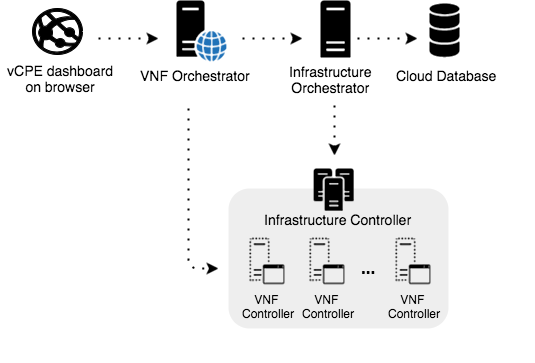
Before: figures/desc_vcpe_framework.png, a diagram exported from draw.io (vicky-sunshine/netsoft-paper). Source tidied: cells renumbered, new cells last; positions are measured from the earlier drawing's top-left corner, leaving out a move shared by most shapes.
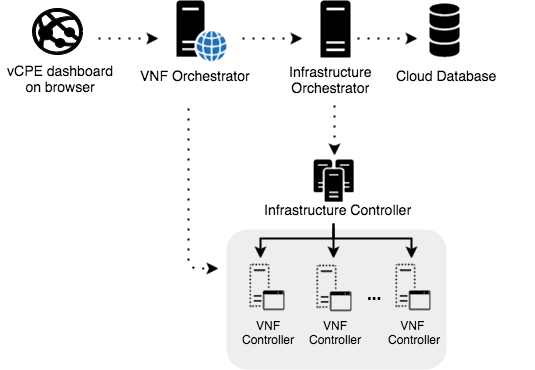
After the commit.

The edit, as a diff of the source:
```diff
@@ -1,26 +1,48 @@
-<mxGraphModel>
+<mxGraphModel background="#ffffff">
   <root>
     <mxCell id="0" />
     <mxCell id="1" parent="0" />
-    <mxCell id="2" style="rounded=1;whiteSpace=wrap;html=1;shadow=0;dashed=1;dashPattern=1 1;strokeColor=none;fillColor=#eeeeee;" parent="1" vertex="1">
-      <mxGeometry x="228" y="188" width="220" height="140" as="geometry" />
-    </mxCell>
+    <mxCell id="29" style="group;" parent="1" vertex="1">
+      <mxGeometry x="376" y="251" width="80" height="118" as="geometry" />
+    </mxCell>
-    <mxCell id="3" value="&lt;font style=&quot;font-size: 14px&quot;&gt;vCPE dashboard on browser&lt;/font&gt;" style="whiteSpace=wrap;html=1;shadow=0;dashed=1;dashPattern=1 1;strokeColor=none;fillColor=none;gradientColor=none;" parent="1" vertex="1">
-      <mxGeometry y="48" width="120" height="60" as="geometry" />
+    <mxCell id="3" style="rounded=1;whiteSpace=wrap;html=1;shadow=0;dashed=1;dashPattern=1 1;strokeColor=none;fillColor=#eeeeee;" parent="29" vertex="1">
+      <mxGeometry x="-150" y="-22" width="220" height="140" as="geometry" />
     </mxCell>
-    <mxCell id="4" style="shadow=0;dashed=0;html=1;strokeColor=none;fillColor=#000000;labelPosition=center;verticalLabelPosition=bottom;verticalAlign=top;shape=mxgraph.office.servers.web_server_blue;dashPattern=1 1;" parent="1" vertex="1">
-      <mxGeometry x="176" width="50" height="61" as="geometry" />
-    </mxCell>
-    <mxCell id="5" style="shadow=0;dashed=0;html=1;strokeColor=none;fillColor=#000000;labelPosition=center;verticalLabelPosition=bottom;verticalAlign=top;shape=mxgraph.office.servers.server_generic;dashPattern=1 1;" parent="1" vertex="1">
-      <mxGeometry x="320" width="30" height="57" as="geometry" />
-    </mxCell>
-    <mxCell id="6" style="shadow=0;dashed=0;html=1;strokeColor=#000000;fillColor=#000000;labelPosition=center;verticalLabelPosition=bottom;verticalAlign=top;shape=mxgraph.azure.azure_website;dashPattern=1 1;" parent="1" vertex="1">
-      <mxGeometry x="32" y="8" width="50" height="46" as="geometry" />
-    </mxCell>
-    <mxCell id="7" style="shadow=0;dashed=0;html=1;strokeColor=none;labelPosition=center;verticalLabelPosition=bottom;verticalAlign=top;shape=mxgraph.office.databases.database_mini_3;fillColor=#000000;dashPattern=1 1;" parent="1" vertex="1">
-      <mxGeometry x="429" y="3" width="30" height="54" as="geometry" />
-    </mxCell>
+    <mxCell id="30" style="shadow=0;dashed=0;html=1;strokeColor=none;labelPosition=center;verticalLabelPosition=bottom;verticalAlign=top;shape=mxgraph.office.servers.virtual_application_server;fillColor=#000000;dashPattern=1 1;gradientColor=none;" parent="29" vertex="1">
+      <mxGeometry x="18.9" y="12" width="34.9" height="46.5" as="geometry" />
+    </mxCell>
+    <mxCell id="31" value="&lt;div style=&quot;text-align: center&quot;&gt;&lt;font style=&quot;font-size: 12px&quot;&gt;&lt;font&gt;VNF&amp;nbsp;&lt;br&gt;&lt;/font&gt;Controller&lt;/font&gt;&lt;/div&gt;" style="text;html=1;align=left;verticalAlign=top;spacingTop=-4;strokeColor=none;" parent="29" vertex="1">
+      <mxGeometry x="10" y="64.5" width="70" height="30" as="geometry" />
+    </mxCell>
+    <mxCell id="28" value="&lt;font style=&quot;font-size: 17px&quot;&gt;&lt;b&gt;...&lt;/b&gt;&lt;/font&gt;" style="text;html=1;align=left;verticalAlign=top;spacingTop=-4;" parent="29" vertex="1">
+      <mxGeometry x="-11" y="30" width="30" height="20" as="geometry" />
+    </mxCell>
+    <mxCell id="18" style="edgeStyle=none;rounded=0;html=1;exitX=0.5;exitY=1;jettySize=auto;orthogonalLoop=1;strokeColor=#000000;strokeWidth=2;fontSize=15;" parent="29" edge="1">
+      <mxGeometry x="-43" y="-28" as="geometry">
+        <mxPoint x="-43" y="-28" as="sourcePoint" />
+        <mxPoint x="35" y="7" as="targetPoint" />
+        <Array as="points">
+          <mxPoint x="-43" y="-13" />
+          <mxPoint x="35" y="-13" />
+        </Array>
+      </mxGeometry>
+    </mxCell>
+    <mxCell id="32" value="&lt;font style=&quot;font-size: 14px&quot;&gt;vCPE dashboard on browser&lt;/font&gt;" style="whiteSpace=wrap;html=1;shadow=0;dashed=1;dashPattern=1 1;strokeColor=none;fillColor=none;gradientColor=none;" parent="1" vertex="1">
+      <mxGeometry y="48" width="120" height="60" as="geometry" />
+    </mxCell>
+    <mxCell id="33" style="shadow=0;dashed=0;html=1;strokeColor=none;fillColor=#000000;labelPosition=center;verticalLabelPosition=bottom;verticalAlign=top;shape=mxgraph.office.servers.web_server_blue;dashPattern=1 1;" parent="1" vertex="1">
+      <mxGeometry x="176" width="50" height="61" as="geometry" />
+    </mxCell>
+    <mxCell id="34" style="shadow=0;dashed=0;html=1;strokeColor=none;fillColor=#000000;labelPosition=center;verticalLabelPosition=bottom;verticalAlign=top;shape=mxgraph.office.servers.server_generic;dashPattern=1 1;" parent="1" vertex="1">
+      <mxGeometry x="320" width="30" height="57" as="geometry" />
+    </mxCell>
+    <mxCell id="35" style="shadow=0;dashed=0;html=1;strokeColor=#000000;fillColor=#000000;labelPosition=center;verticalLabelPosition=bottom;verticalAlign=top;shape=mxgraph.azure.azure_website;dashPattern=1 1;" parent="1" vertex="1">
+      <mxGeometry x="32" y="8" width="50" height="46" as="geometry" />
+    </mxCell>
+    <mxCell id="36" style="shadow=0;dashed=0;html=1;strokeColor=none;labelPosition=center;verticalLabelPosition=bottom;verticalAlign=top;shape=mxgraph.office.databases.database_mini_3;fillColor=#000000;dashPattern=1 1;" parent="1" vertex="1">
+      <mxGeometry x="429" y="3" width="30" height="54" as="geometry" />
+    </mxCell>
-    <mxCell id="8" value="&lt;div style=&quot;text-align: center&quot;&gt;&lt;span style=&quot;font-size: 14px&quot;&gt;VNF &lt;/span&gt;&lt;span style=&quot;font-size: 14px&quot;&gt;Orchestrator&lt;/span&gt;&lt;/div&gt;" style="text;html=1;align=left;verticalAlign=top;spacingTop=-4;strokeColor=none;" parent="1" vertex="1">
+    <mxCell id="8" value="&lt;div style=&quot;text-align: center&quot;&gt;&lt;span style=&quot;font-size: 14px&quot;&gt;VNF&amp;nbsp;&lt;/span&gt;&lt;span style=&quot;font-size: 14px&quot;&gt;Orchestrator&lt;/span&gt;&lt;/div&gt;" style="text;html=1;align=left;verticalAlign=top;spacingTop=-4;strokeColor=none;" parent="1" vertex="1">
       <mxGeometry x="138" y="65" width="130" height="10" as="geometry" />
     </mxCell>
     <mxCell id="9" value="&lt;div style=&quot;text-align: center&quot;&gt;&lt;font style=&quot;font-size: 14px&quot;&gt;Infrastructure&lt;br&gt;Orchestrator&lt;/font&gt;&lt;/div&gt;" style="text;html=1;align=left;verticalAlign=top;spacingTop=-4;strokeColor=none;" parent="1" vertex="1">
@@ -29,77 +51,81 @@
     <mxCell id="10" value="&lt;div style=&quot;text-align: center&quot;&gt;&lt;font style=&quot;font-size: 14px&quot;&gt;Cloud&amp;nbsp;&lt;/font&gt;&lt;span style=&quot;font-size: 14px&quot;&gt;Database&lt;/span&gt;&lt;/div&gt;" style="text;html=1;align=left;verticalAlign=top;spacingTop=-4;strokeColor=none;" parent="1" vertex="1">
       <mxGeometry x="394" y="65" width="120" height="10" as="geometry" />
     </mxCell>
-    <mxCell id="11" style="endArrow=classic;html=1;dashed=1;dashPattern=1 4;strokeWidth=2;strokeColor=#000000;" parent="1" edge="1">
-      <mxGeometry relative="1" as="geometry">
-        <mxPoint x="98" y="38" as="sourcePoint" />
-        <mxPoint x="158" y="38" as="targetPoint" />
-      </mxGeometry>
-    </mxCell>
-    <mxCell id="12" style="endArrow=classic;html=1;dashed=1;dashPattern=1 4;strokeWidth=2;strokeColor=#000000;" parent="1" edge="1">
-      <mxGeometry x="424" y="140" as="geometry">
-        <mxPoint x="242" y="38" as="sourcePoint" />
-        <mxPoint x="302" y="38" as="targetPoint" />
-      </mxGeometry>
-    </mxCell>
-    <mxCell id="13" style="endArrow=classic;html=1;dashed=1;dashPattern=1 4;strokeWidth=2;strokeColor=#000000;" parent="1" edge="1">
-      <mxGeometry x="539" y="140" as="geometry">
-        <mxPoint x="357" y="38" as="sourcePoint" />
-        <mxPoint x="417" y="38" as="targetPoint" />
-      </mxGeometry>
-    </mxCell>
-    <mxCell id="14" style="group;" parent="1" vertex="1">
-      <mxGeometry x="220" y="243" width="80" height="76.5" as="geometry" />
-    </mxCell>
+    <mxCell id="37" style="endArrow=classic;html=1;dashed=1;dashPattern=1 4;strokeWidth=2;strokeColor=#000000;" parent="1" edge="1">
+      <mxGeometry relative="1" as="geometry">
+        <mxPoint x="98" y="38" as="sourcePoint" />
+        <mxPoint x="158" y="38" as="targetPoint" />
+      </mxGeometry>
+    </mxCell>
+    <mxCell id="38" style="endArrow=classic;html=1;dashed=1;dashPattern=1 4;strokeWidth=2;strokeColor=#000000;" parent="1" edge="1">
+      <mxGeometry x="424" y="140" as="geometry">
+        <mxPoint x="242" y="38" as="sourcePoint" />
+        <mxPoint x="302" y="38" as="targetPoint" />
+      </mxGeometry>
+    </mxCell>
+    <mxCell id="39" style="endArrow=classic;html=1;dashed=1;dashPattern=1 4;strokeWidth=2;strokeColor=#000000;" parent="1" edge="1">
+      <mxGeometry x="539" y="140" as="geometry">
+        <mxPoint x="357" y="38" as="sourcePoint" />
+        <mxPoint x="417" y="38" as="targetPoint" />
+      </mxGeometry>
+    </mxCell>
+    <mxCell id="40" style="group;" parent="1" vertex="1">
+      <mxGeometry x="220" y="269" width="90" height="76.5" as="geometry" />
+    </mxCell>
-    <mxCell id="15" style="shadow=0;dashed=0;html=1;strokeColor=none;labelPosition=center;verticalLabelPosition=bottom;verticalAlign=top;shape=mxgraph.office.servers.virtual_application_server;fillColor=#000000;dashPattern=1 1;gradientColor=none;" parent="14" vertex="1">
+    <mxCell id="15" style="shadow=0;dashed=0;html=1;strokeColor=none;labelPosition=center;verticalLabelPosition=bottom;verticalAlign=top;shape=mxgraph.office.servers.virtual_application_server;fillColor=#000000;dashPattern=1 1;gradientColor=none;" parent="40" vertex="1">
       <mxGeometry x="28.9" y="-6" width="34.9" height="46.5" as="geometry" />
     </mxCell>
-    <mxCell id="16" value="&lt;div style=&quot;text-align: center&quot;&gt;&lt;font style=&quot;font-size: 12px&quot;&gt;&lt;font&gt;VNF&amp;nbsp;&lt;br&gt;&lt;/font&gt;Controller&lt;/font&gt;&lt;/div&gt;" style="text;html=1;align=left;verticalAlign=top;spacingTop=-4;strokeColor=none;" parent="14" vertex="1">
-      <mxGeometry x="20" y="46.5" width="70" height="30" as="geometry" />
-    </mxCell>
-    <mxCell id="17" style="group;strokeColor=none;" parent="1" vertex="1">
-      <mxGeometry x="280" y="168" width="130" height="50" as="geometry" />
-    </mxCell>
-    <mxCell id="18" style="shadow=0;dashed=0;html=1;strokeColor=none;fillColor=#000000;labelPosition=center;verticalLabelPosition=bottom;verticalAlign=top;shape=mxgraph.office.servers.cluster_server;dashPattern=1 1;" parent="17" vertex="1">
-      <mxGeometry x="33.3" width="39.8" height="42.1" as="geometry" />
-    </mxCell>
-    <mxCell id="19" style="endArrow=classic;html=1;dashed=1;dashPattern=1 4;strokeColor=#000000;strokeWidth=2;" parent="1" edge="1">
-      <mxGeometry relative="1" as="geometry">
-        <mxPoint x="334" y="105" as="sourcePoint" />
-        <mxPoint x="334" y="155" as="targetPoint" />
-      </mxGeometry>
-    </mxCell>
+    <mxCell id="41" value="&lt;div style=&quot;text-align: center&quot;&gt;&lt;font style=&quot;font-size: 12px&quot;&gt;&lt;font&gt;VNF&lt;br&gt;&lt;/font&gt;Controller&lt;/font&gt;&lt;/div&gt;" style="text;html=1;align=left;verticalAlign=top;spacingTop=-4;strokeColor=none;" parent="40" vertex="1">
+      <mxGeometry x="20" y="46.5" width="70" height="30" as="geometry" />
+    </mxCell>
+    <mxCell id="42" style="group;strokeColor=none;" parent="1" vertex="1">
+      <mxGeometry x="280" y="159" width="130" height="50" as="geometry" />
+    </mxCell>
+    <mxCell id="4" style="shadow=0;dashed=0;html=1;strokeColor=none;fillColor=#000000;labelPosition=center;verticalLabelPosition=bottom;verticalAlign=top;shape=mxgraph.office.servers.cluster_server;dashPattern=1 1;" parent="42" vertex="1">
+      <mxGeometry x="33.3" width="39.8" height="42.1" as="geometry" />
+    </mxCell>
+    <mxCell id="5" style="endArrow=classic;html=1;dashed=1;dashPattern=1 4;strokeColor=#000000;strokeWidth=2;" parent="1" edge="1">
+      <mxGeometry relative="1" as="geometry">
+        <mxPoint x="334" y="105" as="sourcePoint" />
+        <mxPoint x="334" y="155" as="targetPoint" />
+      </mxGeometry>
+    </mxCell>
     <mxCell id="20" value="&lt;div style=&quot;text-align: center&quot;&gt;&lt;font style=&quot;font-size: 14px&quot;&gt;Infrastructure Controller&lt;/font&gt;&lt;/div&gt;" style="text;html=1;align=left;verticalAlign=top;spacingTop=-4;strokeColor=none;" parent="1" vertex="1">
-      <mxGeometry x="262" y="209" width="160" height="10" as="geometry" />
+      <mxGeometry x="262" y="199" width="160" height="10" as="geometry" />
     </mxCell>
-    <mxCell id="21" style="endArrow=classic;html=1;dashed=1;dashPattern=1 4;strokeColor=#000000;strokeWidth=2;" parent="1" edge="1">
-      <mxGeometry relative="1" as="geometry">
-        <mxPoint x="188" y="108" as="sourcePoint" />
-        <mxPoint x="218" y="268" as="targetPoint" />
-        <Array as="points">
-          <mxPoint x="188" y="268" />
-        </Array>
-      </mxGeometry>
-    </mxCell>
-    <mxCell id="22" style="group;" parent="1" vertex="1">
-      <mxGeometry x="288" y="258" width="246" height="103" as="geometry" />
-    </mxCell>
-    <mxCell id="23" style="shadow=0;dashed=0;html=1;strokeColor=none;labelPosition=center;verticalLabelPosition=bottom;verticalAlign=top;shape=mxgraph.office.servers.virtual_application_server;fillColor=#000000;dashPattern=1 1;gradientColor=none;" parent="22" vertex="1">
-      <mxGeometry x="20.9" y="-21" width="34.9" height="46.5" as="geometry" />
-    </mxCell>
-    <mxCell id="24" value="&lt;div style=&quot;text-align: center&quot;&gt;&lt;font style=&quot;font-size: 12px&quot;&gt;&lt;font&gt;VNF&amp;nbsp;&lt;br&gt;&lt;/font&gt;Controller&lt;/font&gt;&lt;/div&gt;" style="text;html=1;align=left;verticalAlign=top;spacingTop=-4;strokeColor=none;" parent="22" vertex="1">
-      <mxGeometry x="12" y="31.5" width="70" height="30" as="geometry" />
-    </mxCell>
-    <mxCell id="25" style="group;" parent="1" vertex="1">
-      <mxGeometry x="376" y="243" width="80" height="76.5" as="geometry" />
-    </mxCell>
-    <mxCell id="26" style="shadow=0;dashed=0;html=1;strokeColor=none;labelPosition=center;verticalLabelPosition=bottom;verticalAlign=top;shape=mxgraph.office.servers.virtual_application_server;fillColor=#000000;dashPattern=1 1;gradientColor=none;" parent="25" vertex="1">
-      <mxGeometry x="18.9" y="-6" width="34.9" height="46.5" as="geometry" />
-    </mxCell>
-    <mxCell id="27" value="&lt;div style=&quot;text-align: center&quot;&gt;&lt;font style=&quot;font-size: 12px&quot;&gt;&lt;font&gt;VNF&amp;nbsp;&lt;br&gt;&lt;/font&gt;Controller&lt;/font&gt;&lt;/div&gt;" style="text;html=1;align=left;verticalAlign=top;spacingTop=-4;strokeColor=none;" parent="25" vertex="1">
-      <mxGeometry x="10" y="46.5" width="70" height="30" as="geometry" />
-    </mxCell>
-    <mxCell id="28" value="&lt;font style=&quot;font-size: 17px&quot;&gt;&lt;b&gt;...&lt;/b&gt;&lt;/font&gt;" style="text;html=1;align=left;verticalAlign=top;spacingTop=-4;" parent="25" vertex="1">
-      <mxGeometry x="-17" y="12" width="30" height="20" as="geometry" />
-    </mxCell>
+    <mxCell id="43" style="endArrow=classic;html=1;dashed=1;dashPattern=1 4;strokeColor=#000000;strokeWidth=2;" parent="1" edge="1">
+      <mxGeometry relative="1" as="geometry">
+        <mxPoint x="188" y="108" as="sourcePoint" />
+        <mxPoint x="218" y="268" as="targetPoint" />
+        <Array as="points">
+          <mxPoint x="188" y="268" />
+        </Array>
+      </mxGeometry>
+    </mxCell>
+    <mxCell id="6" style="group;" parent="1" vertex="1">
+      <mxGeometry x="288" y="266" width="246" height="103" as="geometry" />
+    </mxCell>
+    <mxCell id="44" style="shadow=0;dashed=0;html=1;strokeColor=none;labelPosition=center;verticalLabelPosition=bottom;verticalAlign=top;shape=mxgraph.office.servers.virtual_application_server;fillColor=#000000;dashPattern=1 1;gradientColor=none;" parent="6" vertex="1">
+      <mxGeometry x="27.9" y="-2" width="34.9" height="46.5" as="geometry" />
+    </mxCell>
+    <mxCell id="45" value="&lt;div style=&quot;text-align: center&quot;&gt;&lt;font style=&quot;font-size: 12px&quot;&gt;VNF&lt;/font&gt;&lt;/div&gt;&lt;div style=&quot;text-align: center&quot;&gt;&lt;font style=&quot;font-size: 12px&quot;&gt;Controller&lt;/font&gt;&lt;/div&gt;" style="text;html=1;align=left;verticalAlign=top;spacingTop=-4;strokeColor=none;" parent="6" vertex="1">
+      <mxGeometry x="19" y="49.5" width="70" height="30" as="geometry" />
+    </mxCell>
+    <mxCell id="46" style="edgeStyle=none;rounded=0;html=1;jettySize=auto;orthogonalLoop=1;strokeColor=#000000;strokeWidth=2;fontSize=15;" parent="1" edge="1">
+      <mxGeometry x="-43" y="-28" as="geometry">
+        <mxPoint x="333" y="223" as="sourcePoint" />
+        <mxPoint x="260" y="258" as="targetPoint" />
+        <Array as="points">
+          <mxPoint x="333" y="238" />
+          <mxPoint x="260" y="238" />
+        </Array>
+      </mxGeometry>
+    </mxCell>
+    <mxCell id="7" style="rounded=0;html=1;jettySize=auto;orthogonalLoop=1;strokeColor=#000000;strokeWidth=2;fontSize=15;" parent="1" edge="1">
+      <mxGeometry x="514" y="324" as="geometry">
+        <mxPoint x="333" y="228" as="sourcePoint" />
+        <mxPoint x="333" y="258" as="targetPoint" />
+      </mxGeometry>
+    </mxCell>
   </root>
 </mxGraphModel>
```
